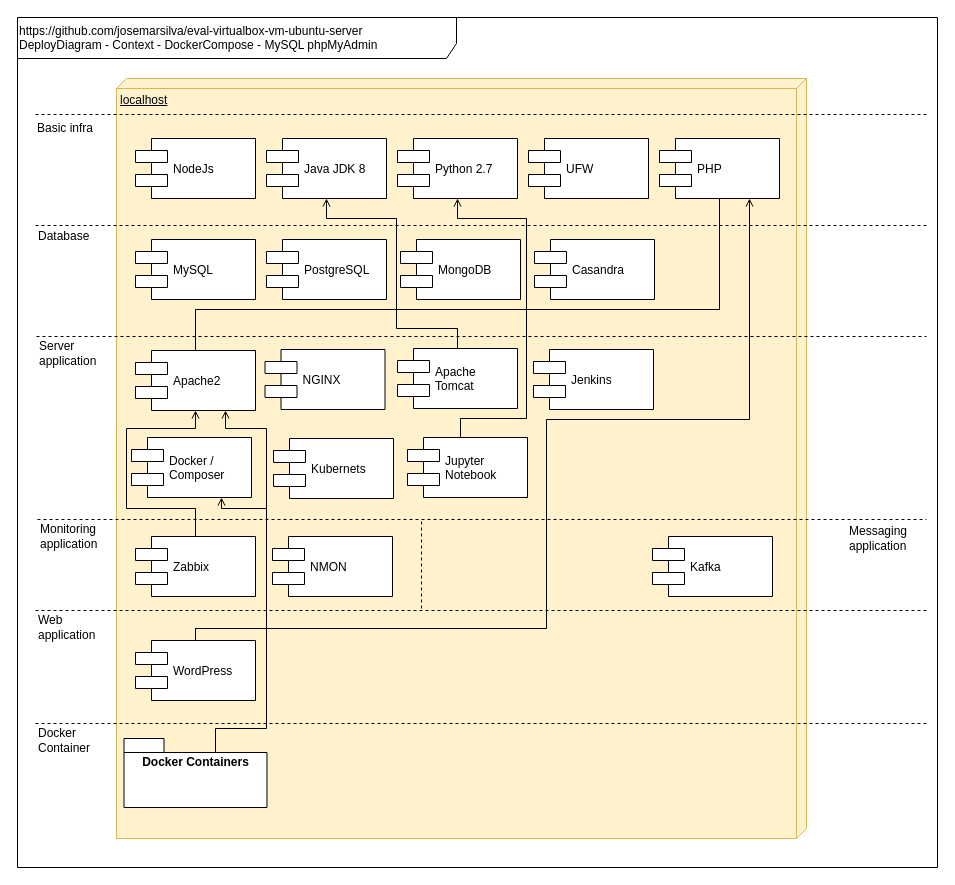
Above: doc/images/DeployDiagram - Context - DockerCompose - MySQL phpMyAdmin.drawio in josemarsilva/eval-virtualbox-vm-ubuntu-server (draw.io), before the change. Source tidied: cells renumbered, new cells numbered last; positions are measured from the earlier drawing's top-left corner, leaving out a move shared by most shapes. Both pictures are drawn from the tidied source at 100%, with x=0, y=0 at pixel (17, 17).
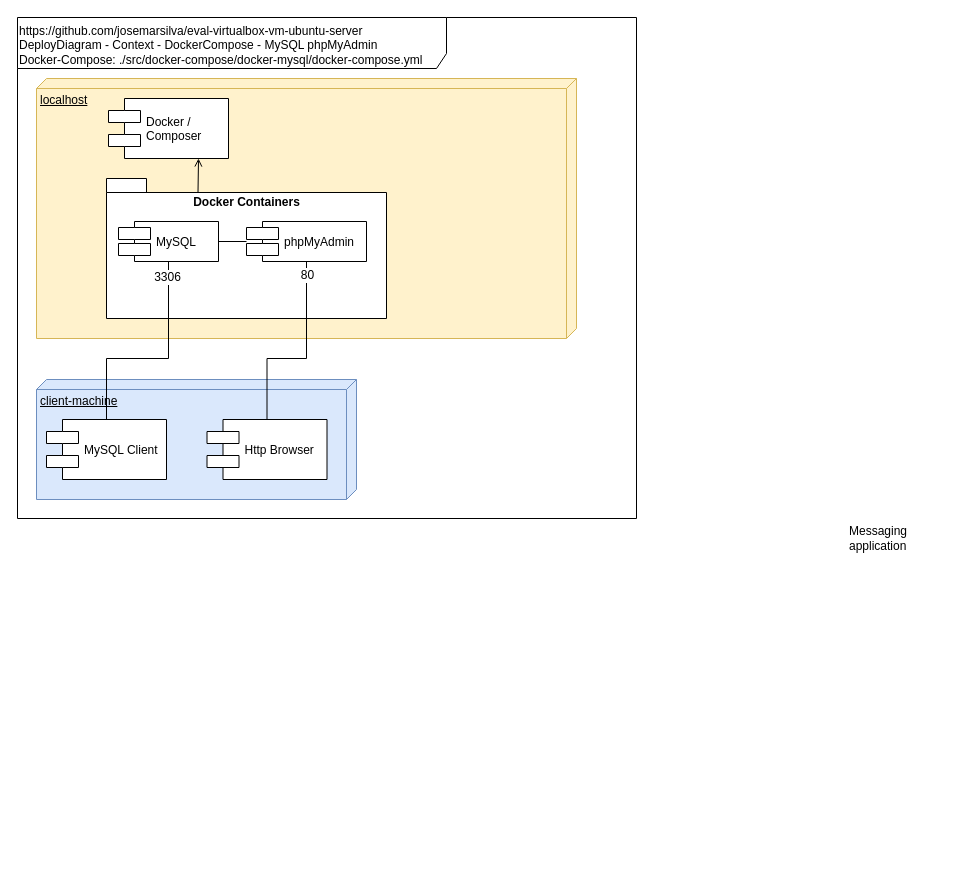
The same diagram, later.

What changed in the source:
```diff
@@
-    <mxCell id="2" value="&lt;div style=&quot;text-align: left&quot;&gt;&lt;span&gt;https://github.com/josemarsilva/eval-virtualbox-vm-ubuntu-server&lt;/span&gt;&lt;/div&gt;&lt;div style=&quot;text-align: left&quot;&gt;&lt;span&gt;DeployDiagram - Context - DockerCompose - MySQL phpMyAdmin&lt;/span&gt;&lt;/div&gt;" style="shape=umlFrame;whiteSpace=wrap;html=1;width=439;height=41;align=left;verticalAlign=top;" parent="1" vertex="1">
-      <mxGeometry width="920" height="850" as="geometry" />
+    <mxCell id="2" value="&lt;div style=&quot;text-align: left&quot;&gt;&lt;span&gt;https://github.com/josemarsilva/eval-virtualbox-vm-ubuntu-server&lt;/span&gt;&lt;/div&gt;&lt;div style=&quot;text-align: left&quot;&gt;&lt;span&gt;DeployDiagram - Context - DockerCompose - MySQL phpMyAdmin&lt;/span&gt;&lt;/div&gt;&lt;div style=&quot;text-align: left&quot;&gt;&lt;span&gt;Docker-Compose: ./src/docker-compose/docker-mysql/docker-compose.yml&lt;/span&gt;&lt;/div&gt;" style="shape=umlFrame;whiteSpace=wrap;html=1;width=429;height=51;align=left;verticalAlign=top;" parent="1" vertex="1">
+      <mxGeometry width="619" height="501" as="geometry" />
     </mxCell>
     <mxCell id="3" value="localhost" style="verticalAlign=top;align=left;spacingTop=8;spacingLeft=2;spacingRight=12;shape=cube;size=10;direction=south;fontStyle=4;html=1;fillColor=#fff2cc;strokeColor=#d6b656;" parent="1" vertex="1">
-      <mxGeometry x="99" y="61" width="690" height="760" as="geometry" />
+      <mxGeometry x="19" y="61" width="540" height="260" as="geometry" />
     </mxCell>
-    <mxCell id="4" value="NodeJs" style="shape=component;align=left;spacingLeft=36;" parent="1" vertex="1">
-      <mxGeometry x="118" y="121" width="120" height="60" as="geometry" />
-    </mxCell>
-    <mxCell id="5" style="line;strokeWidth=1;fillColor=none;align=left;verticalAlign=middle;spacingTop=-1;spacingLeft=3;spacingRight=3;labelPosition=right;dashed=1;" parent="1" vertex="1">
-      <mxGeometry x="18" y="204" width="891" height="8" as="geometry" />
-    </mxCell>
-    <mxCell id="6" style="line;strokeWidth=1;fillColor=none;align=left;verticalAlign=middle;spacingTop=-1;spacingLeft=3;spacingRight=3;labelPosition=right;dashed=1;" parent="1" vertex="1">
-      <mxGeometry x="18" y="93" width="891" height="8" as="geometry" />
-    </mxCell>
-    <mxCell id="7" value="Java JDK 8" style="shape=component;align=left;spacingLeft=36;" parent="1" vertex="1">
-      <mxGeometry x="249" y="121" width="120" height="60" as="geometry" />
-    </mxCell>
-    <mxCell id="8" value="Python 2.7" style="shape=component;align=left;spacingLeft=36;" parent="1" vertex="1">
-      <mxGeometry x="380" y="121" width="120" height="60" as="geometry" />
-    </mxCell>
-    <mxCell id="9" value="MySQL" style="shape=component;align=left;spacingLeft=36;" parent="1" vertex="1">
-      <mxGeometry x="118" y="222" width="120" height="60" as="geometry" />
-    </mxCell>
-    <mxCell id="10" value="PostgreSQL" style="shape=component;align=left;spacingLeft=36;" parent="1" vertex="1">
-      <mxGeometry x="249" y="222" width="120" height="60" as="geometry" />
-    </mxCell>
-    <mxCell id="11" value="MongoDB" style="shape=component;align=left;spacingLeft=36;" parent="1" vertex="1">
-      <mxGeometry x="383" y="222" width="120" height="60" as="geometry" />
-    </mxCell>
-    <mxCell id="12" value="&lt;div style=&quot;text-align: left&quot;&gt;&lt;span&gt;Database&lt;/span&gt;&lt;/div&gt;" style="text;html=1;align=left;verticalAlign=middle;fillColor=none;strokeColor=none;rounded=0;dashed=1;" parent="1" vertex="1">
-      <mxGeometry x="19" y="209" width="70" height="20" as="geometry" />
-    </mxCell>
-    <mxCell id="13" value="Casandra" style="shape=component;align=left;spacingLeft=36;" parent="1" vertex="1">
-      <mxGeometry x="517" y="222" width="120" height="60" as="geometry" />
-    </mxCell>
-    <mxCell id="14" style="line;strokeWidth=1;fillColor=none;align=left;verticalAlign=middle;spacingTop=-1;spacingLeft=3;spacingRight=3;labelPosition=right;dashed=1;" parent="1" vertex="1">
-      <mxGeometry x="19" y="315" width="890" height="8" as="geometry" />
-    </mxCell>
-    <mxCell id="15" value="Server &lt;br&gt;application" style="text;html=1;align=left;verticalAlign=middle;fillColor=none;strokeColor=none;rounded=0;dashed=1;" parent="1" vertex="1">
-      <mxGeometry x="20" y="321" width="70" height="30" as="geometry" />
-    </mxCell>
-    <mxCell id="16" style="edgeStyle=orthogonalEdgeStyle;rounded=0;jettySize=auto;html=1;endArrow=none;endFill=0;" parent="1" edge="1" source="17" target="20">
-      <mxGeometry relative="1" as="geometry">
-        <Array as="points">
-          <mxPoint x="178" y="292" />
-          <mxPoint x="702" y="292" />
-        </Array>
-      </mxGeometry>
-    </mxCell>
-    <mxCell id="17" value="Apache2" style="shape=component;align=left;spacingLeft=36;" parent="1" vertex="1">
-      <mxGeometry x="118" y="333" width="120" height="60" as="geometry" />
-    </mxCell>
-    <mxCell id="18" value="UFW" style="shape=component;align=left;spacingLeft=36;" parent="1" vertex="1">
-      <mxGeometry x="511" y="121" width="120" height="60" as="geometry" />
-    </mxCell>
-    <mxCell id="19" value="NGINX" style="shape=component;align=left;spacingLeft=36;" parent="1" vertex="1">
-      <mxGeometry x="247.5" y="332" width="120" height="60" as="geometry" />
-    </mxCell>
-    <mxCell id="20" value="PHP" style="shape=component;align=left;spacingLeft=36;" parent="1" vertex="1">
-      <mxGeometry x="642" y="121" width="120" height="60" as="geometry" />
-    </mxCell>
-    <mxCell id="21" style="edgeStyle=orthogonalEdgeStyle;rounded=0;jettySize=auto;html=1;entryX=0.5;entryY=1;entryDx=0;entryDy=0;endArrow=open;endFill=0;" parent="1" edge="1" source="22" target="7">
-      <mxGeometry relative="1" as="geometry">
-        <Array as="points">
-          <mxPoint x="440" y="311" />
-          <mxPoint x="379" y="311" />
-          <mxPoint x="379" y="201" />
-          <mxPoint x="309" y="201" />
-        </Array>
-      </mxGeometry>
-    </mxCell>
-    <mxCell id="22" value="Apache &#10;Tomcat" style="shape=component;align=left;spacingLeft=36;" parent="1" vertex="1">
-      <mxGeometry x="380" y="331" width="120" height="60" as="geometry" />
-    </mxCell>
-    <mxCell id="23" value="Basic infra" style="text;html=1;align=left;verticalAlign=middle;fillColor=none;strokeColor=none;rounded=0;dashed=1;" parent="1" vertex="1">
-      <mxGeometry x="18" y="101" width="70" height="20" as="geometry" />
-    </mxCell>
-    <mxCell id="24" value="Jenkins" style="shape=component;align=left;spacingLeft=36;" parent="1" vertex="1">
-      <mxGeometry x="516" y="332" width="120" height="60" as="geometry" />
-    </mxCell>
-    <mxCell id="25" style="line;strokeWidth=1;fillColor=none;align=left;verticalAlign=middle;spacingTop=-1;spacingLeft=3;spacingRight=3;labelPosition=right;points=[];portConstraint=eastwest;dashed=1;" parent="1" vertex="1">
-      <mxGeometry x="20" y="498" width="889" height="8" as="geometry" />
-    </mxCell>
-    <mxCell id="26" value="Monitoring&lt;br&gt;application&lt;br&gt;" style="text;html=1;align=left;verticalAlign=middle;fillColor=none;strokeColor=none;rounded=0;dashed=1;" parent="1" vertex="1">
-      <mxGeometry x="21" y="504" width="70" height="30" as="geometry" />
-    </mxCell>
-    <mxCell id="27" value="Kubernets" style="shape=component;align=left;spacingLeft=36;" parent="1" vertex="1">
-      <mxGeometry x="256" y="421" width="120" height="60" as="geometry" />
-    </mxCell>
-    <mxCell id="28" style="edgeStyle=orthogonalEdgeStyle;rounded=0;jettySize=auto;html=1;entryX=0.5;entryY=1;entryDx=0;entryDy=0;endArrow=open;endFill=0;exitX=0.5;exitY=0;exitDx=0;exitDy=0;" parent="1" edge="1" source="29" target="17">
-      <mxGeometry relative="1" as="geometry">
-        <Array as="points">
-          <mxPoint x="178" y="491" />
-          <mxPoint x="109" y="491" />
-          <mxPoint x="109" y="411" />
-          <mxPoint x="178" y="411" />
-        </Array>
-      </mxGeometry>
-    </mxCell>
-    <mxCell id="29" value="Zabbix" style="shape=component;align=left;spacingLeft=36;" parent="1" vertex="1">
-      <mxGeometry x="118" y="519" width="120" height="60" as="geometry" />
-    </mxCell>
     <mxCell id="30" value="Docker / &#10;Composer" style="shape=component;align=left;spacingLeft=36;" parent="1" vertex="1">
-      <mxGeometry x="114" y="420" width="120" height="60" as="geometry" />
+      <mxGeometry x="91" y="81" width="120" height="60" as="geometry" />
     </mxCell>
-    <mxCell id="31" value="NMON" style="shape=component;align=left;spacingLeft=36;" parent="1" vertex="1">
-      <mxGeometry x="255" y="519" width="120" height="60" as="geometry" />
-    </mxCell>
-    <mxCell id="32" style="edgeStyle=orthogonalEdgeStyle;rounded=0;jettySize=auto;html=1;endArrow=open;endFill=0;" parent="1" edge="1" source="33" target="8">
-      <mxGeometry relative="1" as="geometry">
-        <Array as="points">
-          <mxPoint x="443" y="401" />
-          <mxPoint x="509" y="401" />
-          <mxPoint x="509" y="201" />
-          <mxPoint x="440" y="201" />
-        </Array>
-      </mxGeometry>
-    </mxCell>
-    <mxCell id="33" value="Jupyter &#10;Notebook" style="shape=component;align=left;spacingLeft=36;" parent="1" vertex="1">
-      <mxGeometry x="390" y="420" width="120" height="60" as="geometry" />
-    </mxCell>
-    <mxCell id="34" style="line;strokeWidth=1;fillColor=none;align=left;verticalAlign=middle;spacingTop=-1;spacingLeft=3;spacingRight=3;labelPosition=right;dashed=1;" parent="1" vertex="1">
-      <mxGeometry x="18" y="589" width="891" height="8" as="geometry" />
-    </mxCell>
-    <mxCell id="35" value="Web&lt;br&gt;application&lt;br&gt;" style="text;html=1;align=left;verticalAlign=middle;fillColor=none;strokeColor=none;rounded=0;dashed=1;" parent="1" vertex="1">
-      <mxGeometry x="19" y="595" width="70" height="30" as="geometry" />
-    </mxCell>
-    <mxCell id="36" value="Kafka" style="shape=component;align=left;spacingLeft=36;" parent="1" vertex="1">
-      <mxGeometry x="635" y="519" width="120" height="60" as="geometry" />
-    </mxCell>
@@
-    <mxCell id="38" style="endArrow=none;dashed=1;html=1;entryX=0.432;entryY=0.5;entryDx=0;entryDy=0;entryPerimeter=0;" parent="1" edge="1" target="25">
-      <mxGeometry relative="1" as="geometry">
-        <mxPoint x="404" y="591" as="sourcePoint" />
-      </mxGeometry>
-    </mxCell>
-    <mxCell id="39" style="edgeStyle=orthogonalEdgeStyle;rounded=0;jettySize=auto;html=1;entryX=0.75;entryY=1;entryDx=0;entryDy=0;endArrow=open;endFill=0;" parent="1" edge="1" source="41" target="17">
-      <mxGeometry relative="1" as="geometry">
-        <Array as="points">
-          <mxPoint x="178" y="611" />
-          <mxPoint x="249" y="611" />
-          <mxPoint x="249" y="411" />
-          <mxPoint x="208" y="411" />
-        </Array>
-      </mxGeometry>
-    </mxCell>
-    <mxCell id="40" style="edgeStyle=orthogonalEdgeStyle;rounded=0;jettySize=auto;html=1;entryX=0.75;entryY=1;entryDx=0;entryDy=0;endArrow=open;endFill=0;exitX=0.5;exitY=0;exitDx=0;exitDy=0;" parent="1" edge="1" source="41" target="20">
-      <mxGeometry relative="1" as="geometry">
-        <Array as="points">
-          <mxPoint x="178" y="611" />
-          <mxPoint x="529" y="611" />
-          <mxPoint x="529" y="402" />
-          <mxPoint x="732" y="402" />
-        </Array>
-      </mxGeometry>
-    </mxCell>
-    <mxCell id="41" value="WordPress" style="shape=component;align=left;spacingLeft=36;" parent="1" vertex="1">
-      <mxGeometry x="118" y="623" width="120" height="60" as="geometry" />
-    </mxCell>
-    <mxCell id="42" style="line;strokeWidth=1;fillColor=none;align=left;verticalAlign=middle;spacingTop=-1;spacingLeft=3;spacingRight=3;labelPosition=right;dashed=1;" parent="1" vertex="1">
-      <mxGeometry x="18" y="702" width="891" height="8" as="geometry" />
-    </mxCell>
-    <mxCell id="43" value="Docker &lt;br&gt;Container&lt;br&gt;" style="text;html=1;align=left;verticalAlign=middle;fillColor=none;strokeColor=none;rounded=0;dashed=1;" parent="1" vertex="1">
-      <mxGeometry x="19" y="708" width="70" height="30" as="geometry" />
-    </mxCell>
-    <mxCell id="44" style="edgeStyle=orthogonalEdgeStyle;rounded=0;jettySize=auto;html=1;entryX=0.75;entryY=1;entryDx=0;entryDy=0;endArrow=open;endFill=0;exitX=0;exitY=0;exitDx=91.5;exitDy=14;exitPerimeter=0;" parent="1" edge="1" source="45" target="30">
-      <mxGeometry relative="1" as="geometry">
-        <Array as="points">
-          <mxPoint x="198" y="711" />
-          <mxPoint x="249" y="711" />
-          <mxPoint x="249" y="491" />
-          <mxPoint x="204" y="491" />
-        </Array>
-      </mxGeometry>
+    <mxCell id="44" style="rounded=0;jettySize=auto;html=1;entryX=0.75;entryY=1;entryDx=0;entryDy=0;endArrow=open;endFill=0;exitX=0;exitY=0;exitDx=91.5;exitDy=14;exitPerimeter=0;" parent="1" edge="1" source="45" target="30">
+      <mxGeometry relative="1" as="geometry" />
     </mxCell>
     <mxCell id="45" value="Docker Containers" style="shape=folder;fontStyle=1;spacingTop=10;tabWidth=40;tabHeight=14;tabPosition=left;html=1;verticalAlign=top;" parent="1" vertex="1">
-      <mxGeometry x="106.5" y="721" width="143" height="69" as="geometry" />
+      <mxGeometry x="89" y="161" width="280" height="140" as="geometry" />
     </mxCell>
+    <mxCell id="46" style="edgeStyle=orthogonalEdgeStyle;rounded=0;jettySize=auto;html=1;endArrow=none;endFill=0;" parent="1" edge="1" source="9" target="47">
+      <mxGeometry relative="1" as="geometry" />
+    </mxCell>
+    <mxCell id="9" value="MySQL" style="shape=component;align=left;spacingLeft=36;" parent="1" vertex="1">
+      <mxGeometry x="101" y="204" width="100" height="40" as="geometry" />
+    </mxCell>
+    <mxCell id="47" value="phpMyAdmin" style="shape=component;align=left;spacingLeft=36;" parent="1" vertex="1">
+      <mxGeometry x="229" y="204" width="120" height="40" as="geometry" />
+    </mxCell>
+    <mxCell id="48" value="client-machine" style="verticalAlign=top;align=left;spacingTop=8;spacingLeft=2;spacingRight=12;shape=cube;size=10;direction=south;fontStyle=4;html=1;fillColor=#dae8fc;strokeColor=#6c8ebf;" parent="1" vertex="1">
+      <mxGeometry x="19" y="362" width="320" height="120" as="geometry" />
+    </mxCell>
+    <mxCell id="49" value="Http Browser" style="shape=component;align=left;spacingLeft=36;" parent="1" vertex="1">
+      <mxGeometry x="189.5" y="402" width="120" height="60" as="geometry" />
+    </mxCell>
+    <mxCell id="50" style="edgeStyle=orthogonalEdgeStyle;rounded=0;jettySize=auto;html=1;entryX=0.5;entryY=1;entryDx=0;entryDy=0;endArrow=none;endFill=0;" parent="1" edge="1" source="52" target="9">
+      <mxGeometry relative="1" as="geometry">
+        <Array as="points">
+          <mxPoint x="89" y="341" />
+          <mxPoint x="151" y="341" />
+        </Array>
+      </mxGeometry>
+    </mxCell>
+    <mxCell id="51" value="3306" style="text;html=1;align=center;verticalAlign=middle;labelBackgroundColor=#ffffff;" parent="50" vertex="1">
+      <mxGeometry x="0.7" y="-2" relative="1" as="geometry">
+        <mxPoint x="-4" y="-18" as="offset" />
+      </mxGeometry>
+    </mxCell>
+    <mxCell id="52" value="MySQL Client" style="shape=component;align=left;spacingLeft=36;" parent="1" vertex="1">
+      <mxGeometry x="29" y="402" width="120" height="60" as="geometry" />
+    </mxCell>
+    <mxCell id="53" style="rounded=0;jettySize=auto;html=1;entryX=0.5;entryY=1;entryDx=0;entryDy=0;endArrow=none;endFill=0;exitX=0.5;exitY=0;exitDx=0;exitDy=0;edgeStyle=orthogonalEdgeStyle;" parent="1" edge="1" source="49" target="47">
+      <mxGeometry relative="1" as="geometry">
+        <Array as="points">
+          <mxPoint x="250" y="341" />
+          <mxPoint x="289" y="341" />
+        </Array>
+      </mxGeometry>
+    </mxCell>
+    <mxCell id="54" value="80" style="text;html=1;align=center;verticalAlign=middle;labelBackgroundColor=#ffffff;" parent="53" vertex="1">
+      <mxGeometry x="0.7" y="-2" relative="1" as="geometry">
+        <mxPoint x="-2" y="-16" as="offset" />
+      </mxGeometry>
+    </mxCell>
```
